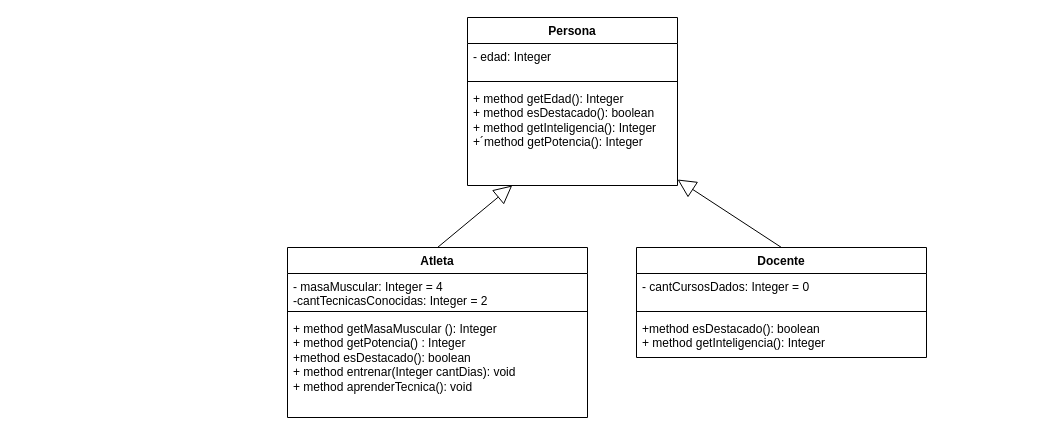
This is Objetos2/Diagrama sin título.drawio from Donnie-MS/DiagramasUML-BaseDeDatos-Objetos2, a draw.io file, before an edit. Source tidied: cells renumbered, new cells numbered last; positions are measured from the earlier drawing's top-left corner, leaving out a move shared by most shapes. Both pictures are drawn from the tidied source at 100%, with x=0, y=0 at pixel (287, 17).
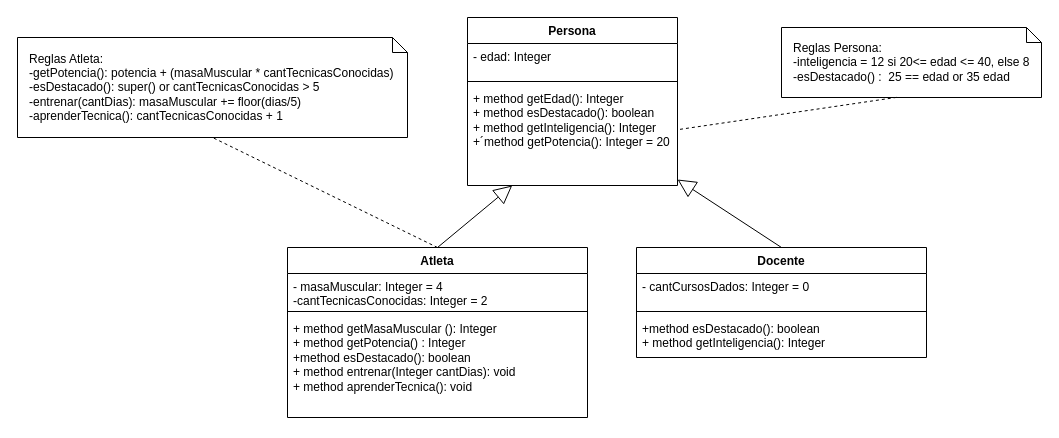
After the change.

The change refers to these unchanged cells:
```xml
<mxCell id="2" value="Persona" style="swimlane;fontStyle=1;align=center;verticalAlign=top;horizontal=1;startSize=26;whiteSpace=wrap;html=1;" parent="1" vertex="1">
  <mxGeometry x="180" width="210" height="168" as="geometry" />
</mxCell>
```

Diff of the diagram source:
```diff
@@
-    <mxCell id="5" value="&lt;div&gt;+ method getEdad(): Integer&lt;/div&gt;&lt;div&gt;+ method esDestacado(): boolean&lt;/div&gt;&lt;div&gt;+ method getInteligencia(): Integer&lt;/div&gt;&lt;div&gt;+´method getPotencia(): Integer&lt;/div&gt;" style="text;strokeColor=none;fillColor=none;align=left;verticalAlign=top;spacingLeft=4;spacingRight=4;overflow=hidden;points=[[0,0.5],[1,0.5]];portConstraint=eastwest;whiteSpace=wrap;html=1;" parent="2" vertex="1">
+    <mxCell id="5" value="&lt;div&gt;+ method getEdad(): Integer&lt;/div&gt;&lt;div&gt;+ method esDestacado(): boolean&lt;/div&gt;&lt;div&gt;+ method getInteligencia(): Integer&lt;/div&gt;&lt;div&gt;+´method getPotencia(): Integer = 20&lt;/div&gt;" style="text;strokeColor=none;fillColor=none;align=left;verticalAlign=top;spacingLeft=4;spacingRight=4;overflow=hidden;points=[[0,0.5],[1,0.5]];portConstraint=eastwest;whiteSpace=wrap;html=1;" parent="2" vertex="1">
       <mxGeometry y="68" width="210" height="100" as="geometry" />
     </mxCell>
@@
+    <mxCell id="16" value="Reglas Atleta:&lt;div&gt;-getPotencia(): potencia + (masaMuscular * cantTecnicasConocidas)&lt;/div&gt;&lt;div&gt;-esDestacado(): super() or cantTecnicasConocidas &amp;gt; 5&lt;/div&gt;&lt;div&gt;-entrenar(cantDias): masaMuscular += floor(dias/5)&lt;/div&gt;&lt;div&gt;-aprenderTecnica(): cantTecnicasConocidas + 1&lt;/div&gt;" style="shape=note;size=15;align=left;spacingLeft=10;html=1;whiteSpace=wrap;" parent="1" vertex="1">
+      <mxGeometry x="-270" y="20" width="390" height="100" as="geometry" />
+    </mxCell>
+    <mxCell id="17" style="endArrow=none;dashed=1;html=1;rounded=0;entryX=0.5;entryY=1;entryDx=0;entryDy=0;entryPerimeter=0;" parent="1" edge="1" target="16">
+      <mxGeometry relative="1" as="geometry">
+        <mxPoint x="150" y="230" as="sourcePoint" />
+      </mxGeometry>
+    </mxCell>
+    <mxCell id="18" value="Reglas Persona:&lt;div&gt;-inteligencia = 12 si 20&amp;lt;= edad &amp;lt;= 40, else 8&lt;/div&gt;&lt;div&gt;-esDestacado() :&amp;nbsp; 25 == edad or 35 edad&lt;/div&gt;" style="shape=note;size=15;align=left;spacingLeft=10;html=1;whiteSpace=wrap;" parent="1" vertex="1">
+      <mxGeometry x="494" y="10" width="260" height="70" as="geometry" />
+    </mxCell>
+    <mxCell id="19" style="endArrow=none;dashed=1;html=1;rounded=0;entryX=1.007;entryY=0.44;entryDx=0;entryDy=0;entryPerimeter=0;exitX=0.443;exitY=0.998;exitDx=0;exitDy=0;exitPerimeter=0;" parent="1" edge="1" source="18" target="5">
+      <mxGeometry relative="1" as="geometry" />
+    </mxCell>
```
